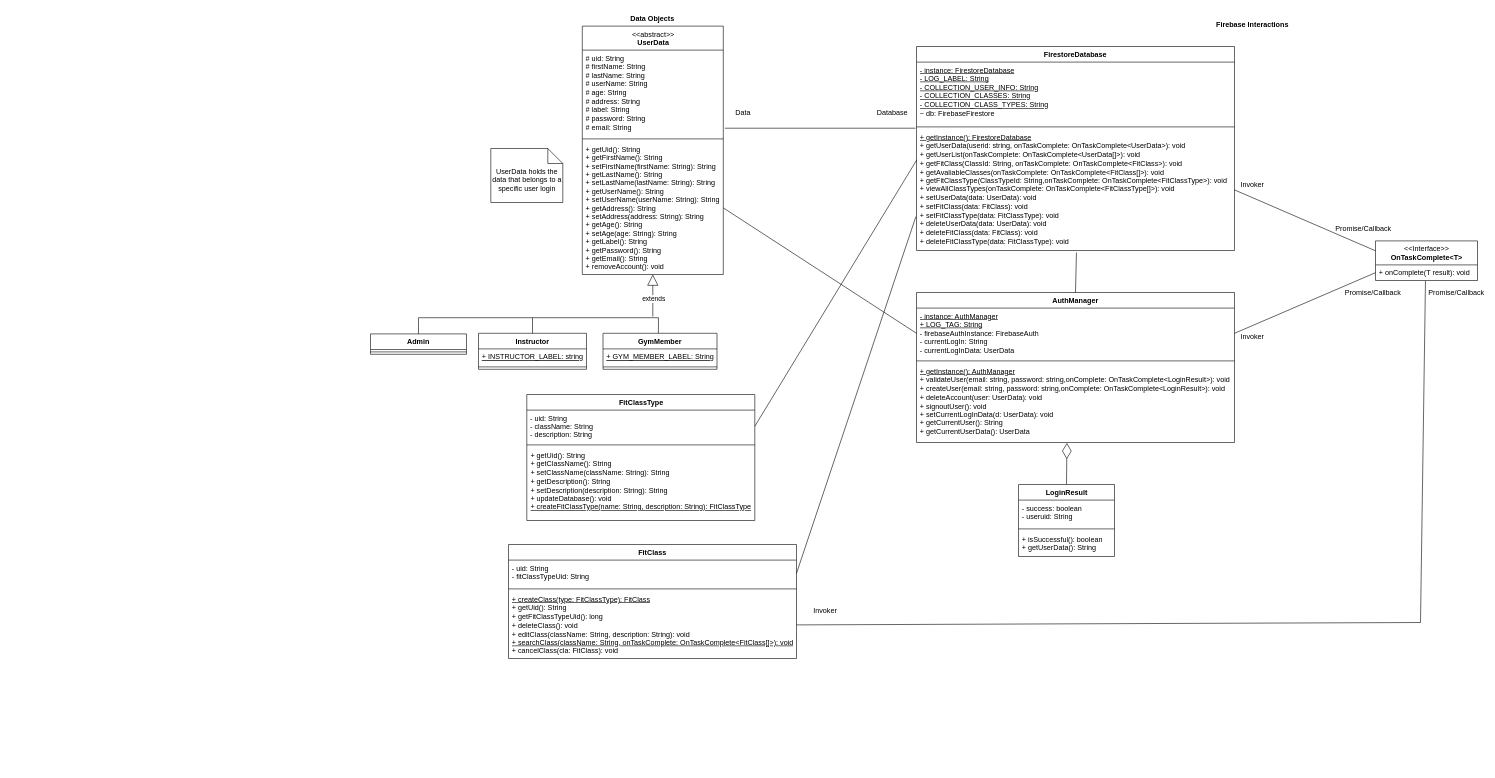
The draw.io diagram docs/diagrams/UML_Class_Diagram.drawio in ritvik130/Fitbits, before the edit. Source tidied: cells renumbered, new cells numbered last; positions are measured from the earlier drawing's top-left corner, leaving out a move shared by most shapes. Both pictures are drawn from the tidied source at 60%, with x=0, y=0 at pixel (370, 10).
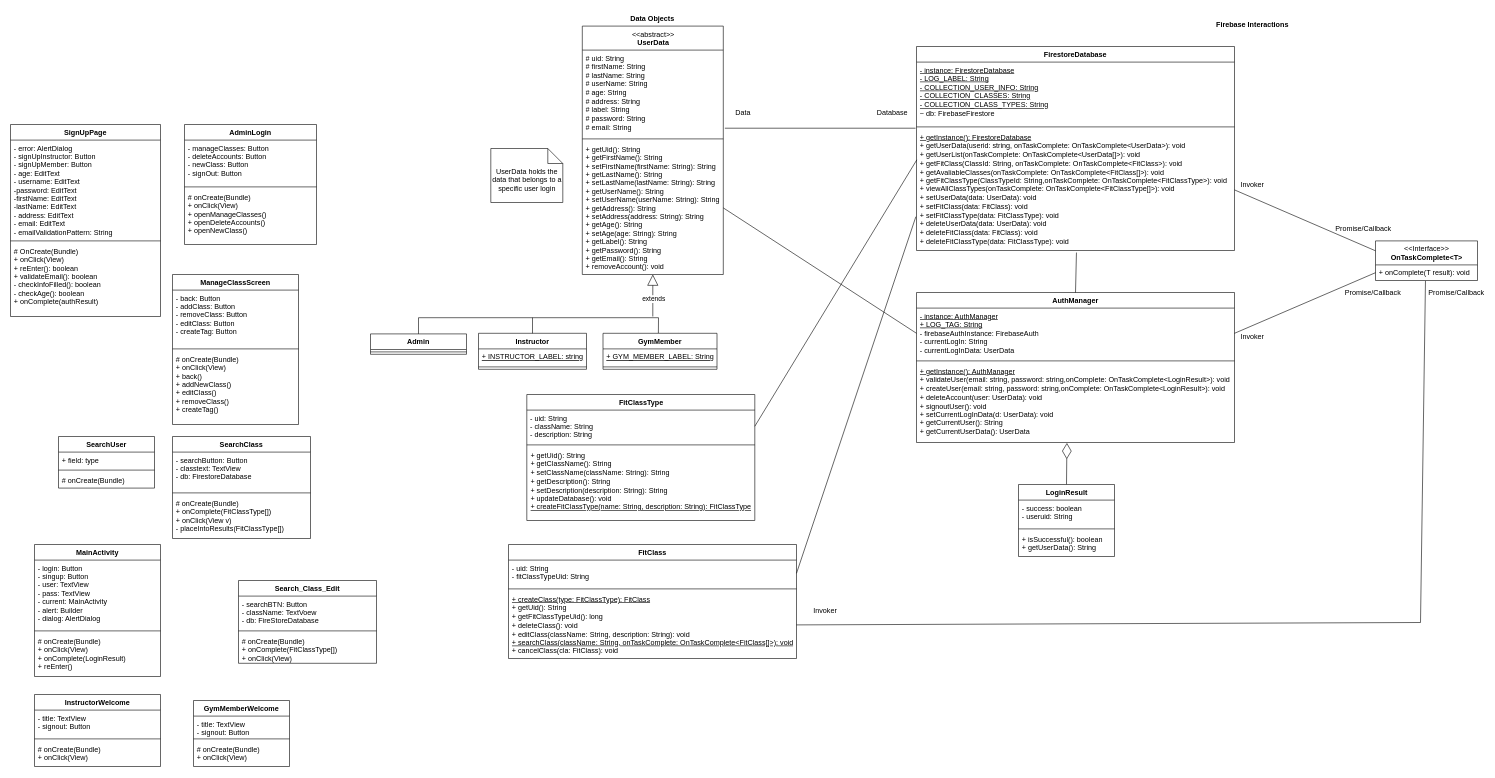
Above is the later version.

Commit message (it also covers changes not shown here):
made changes to uml diagram

The edit, as a diff of the source:
```diff
@@
+    <mxCell id="62" value="SignUpPage" style="swimlane;fontStyle=1;align=center;verticalAlign=top;horizontal=1;startSize=26;" parent="1" vertex="1">
+      <mxGeometry x="-600" y="190" width="250" height="320" as="geometry" />
+    </mxCell>
+    <mxCell id="63" value="- error: AlertDialog&#10;- signUpInstructor: Button&#10;- signUpMember: Button&#10;- age: EditText&#10;- username: EditText&#10;-password: EditText&#10;-firstName: EditText&#10;-lastName: EditText&#10;- address: EditText&#10;- email: EditText&#10;- emailValidationPattern: String" style="text;strokeColor=none;fillColor=none;align=left;verticalAlign=top;spacingLeft=4;spacingRight=4;overflow=hidden;" parent="62" vertex="1">
+      <mxGeometry y="26" width="250" height="164" as="geometry" />
+    </mxCell>
+    <mxCell id="64" style="line;strokeWidth=1;fillColor=none;align=left;verticalAlign=middle;spacingTop=-1;spacingLeft=3;spacingRight=3;labelPosition=right;" parent="62" vertex="1">
+      <mxGeometry y="190" width="250" height="8" as="geometry" />
+    </mxCell>
+    <mxCell id="65" value="# OnCreate(Bundle)&#10;+ onClick(View)&#10;+ reEnter(): boolean&#10;+ validateEmail(): boolean&#10;- checkInfoFilled(): boolean&#10;- checkAge(): boolean&#10;+ onComplete(authResult)" style="text;strokeColor=none;fillColor=none;align=left;verticalAlign=top;spacingLeft=4;spacingRight=4;overflow=hidden;" parent="62" vertex="1">
+      <mxGeometry y="198" width="250" height="122" as="geometry" />
+    </mxCell>
+    <mxCell id="66" value="AdminLogin" style="swimlane;fontStyle=1;align=center;verticalAlign=top;horizontal=1;startSize=26;" parent="1" vertex="1">
+      <mxGeometry x="-310" y="190" width="220" height="200" as="geometry" />
+    </mxCell>
+    <mxCell id="67" value="- manageClasses: Button&#10;- deleteAccounts: Button&#10;- newClass: Button&#10;- signOut: Button" style="text;strokeColor=none;fillColor=none;align=left;verticalAlign=top;spacingLeft=4;spacingRight=4;overflow=hidden;" parent="66" vertex="1">
+      <mxGeometry y="26" width="220" height="74" as="geometry" />
+    </mxCell>
+    <mxCell id="68" style="line;strokeWidth=1;fillColor=none;align=left;verticalAlign=middle;spacingTop=-1;spacingLeft=3;spacingRight=3;labelPosition=right;" parent="66" vertex="1">
+      <mxGeometry y="100" width="220" height="8" as="geometry" />
+    </mxCell>
+    <mxCell id="69" value="# onCreate(Bundle)&#10;+ onClick(View)&#10;+ openManageClasses()&#10;+ openDeleteAccounts()&#10;+ openNewClass()&#10;" style="text;strokeColor=none;fillColor=none;align=left;verticalAlign=top;spacingLeft=4;spacingRight=4;overflow=hidden;" parent="66" vertex="1">
+      <mxGeometry y="108" width="220" height="92" as="geometry" />
+    </mxCell>
+    <mxCell id="70" value="ManageClassScreen" style="swimlane;fontStyle=1;align=center;verticalAlign=top;horizontal=1;startSize=26;" parent="1" vertex="1">
+      <mxGeometry x="-330" y="440" width="210" height="250" as="geometry" />
+    </mxCell>
+    <mxCell id="71" value="- back: Button&#10;- addClass: Button&#10;- removeClass: Button&#10;- editClass: Button&#10;- createTag: Button" style="text;strokeColor=none;fillColor=none;align=left;verticalAlign=top;spacingLeft=4;spacingRight=4;overflow=hidden;" parent="70" vertex="1">
+      <mxGeometry y="26" width="210" height="94" as="geometry" />
+    </mxCell>
+    <mxCell id="72" style="line;strokeWidth=1;fillColor=none;align=left;verticalAlign=middle;spacingTop=-1;spacingLeft=3;spacingRight=3;labelPosition=right;" parent="70" vertex="1">
+      <mxGeometry y="120" width="210" height="8" as="geometry" />
+    </mxCell>
+    <mxCell id="73" value="# onCreate(Bundle)&#10;+ onClick(View)&#10;+ back()&#10;+ addNewClass()&#10;+ editClass()&#10;+ removeClass()&#10;+ createTag()" style="text;strokeColor=none;fillColor=none;align=left;verticalAlign=top;spacingLeft=4;spacingRight=4;overflow=hidden;" parent="70" vertex="1">
+      <mxGeometry y="128" width="210" height="122" as="geometry" />
+    </mxCell>
+    <mxCell id="74" value="SearchUser" style="swimlane;fontStyle=1;align=center;verticalAlign=top;horizontal=1;startSize=26;" parent="1" vertex="1">
+      <mxGeometry x="-520" y="710" width="160" height="86" as="geometry" />
+    </mxCell>
+    <mxCell id="75" value="+ field: type" style="text;strokeColor=none;fillColor=none;align=left;verticalAlign=top;spacingLeft=4;spacingRight=4;overflow=hidden;" parent="74" vertex="1">
+      <mxGeometry y="26" width="160" height="26" as="geometry" />
+    </mxCell>
+    <mxCell id="76" style="line;strokeWidth=1;fillColor=none;align=left;verticalAlign=middle;spacingTop=-1;spacingLeft=3;spacingRight=3;labelPosition=right;" parent="74" vertex="1">
+      <mxGeometry y="52" width="160" height="8" as="geometry" />
+    </mxCell>
+    <mxCell id="77" value="# onCreate(Bundle)" style="text;strokeColor=none;fillColor=none;align=left;verticalAlign=top;spacingLeft=4;spacingRight=4;overflow=hidden;" parent="74" vertex="1">
+      <mxGeometry y="60" width="160" height="26" as="geometry" />
+    </mxCell>
+    <mxCell id="78" value="SearchClass" style="swimlane;fontStyle=1;align=center;verticalAlign=top;horizontal=1;startSize=26;" parent="1" vertex="1">
+      <mxGeometry x="-330" y="710" width="230" height="170" as="geometry" />
+    </mxCell>
+    <mxCell id="79" value="- searchButton: Button&#10;- classtext: TextView&#10;- db: FirestoreDatabase" style="text;strokeColor=none;fillColor=none;align=left;verticalAlign=top;spacingLeft=4;spacingRight=4;overflow=hidden;" parent="78" vertex="1">
+      <mxGeometry y="26" width="230" height="64" as="geometry" />
+    </mxCell>
+    <mxCell id="80" style="line;strokeWidth=1;fillColor=none;align=left;verticalAlign=middle;spacingTop=-1;spacingLeft=3;spacingRight=3;labelPosition=right;" parent="78" vertex="1">
+      <mxGeometry y="90" width="230" height="8" as="geometry" />
+    </mxCell>
+    <mxCell id="81" value="# onCreate(Bundle)&#10;+ onComplete(FitClassType[])&#10;+ onClick(View v)&#10;- placeIntoResults(FitClassType[])&#10;" style="text;strokeColor=none;fillColor=none;align=left;verticalAlign=top;spacingLeft=4;spacingRight=4;overflow=hidden;" parent="78" vertex="1">
+      <mxGeometry y="98" width="230" height="72" as="geometry" />
+    </mxCell>
+    <mxCell id="82" value="MainActivity" style="swimlane;fontStyle=1;align=center;verticalAlign=top;horizontal=1;startSize=26;" parent="1" vertex="1">
+      <mxGeometry x="-560" y="890" width="210" height="220" as="geometry" />
+    </mxCell>
+    <mxCell id="83" value="- login: Button&#10;- singup: Button&#10;- user: TextView&#10;- pass: TextView&#10;- current: MainActivity&#10;- alert: Builder&#10;- dialog: AlertDialog" style="text;strokeColor=none;fillColor=none;align=left;verticalAlign=top;spacingLeft=4;spacingRight=4;overflow=hidden;" parent="82" vertex="1">
+      <mxGeometry y="26" width="210" height="114" as="geometry" />
+    </mxCell>
+    <mxCell id="84" style="line;strokeWidth=1;fillColor=none;align=left;verticalAlign=middle;spacingTop=-1;spacingLeft=3;spacingRight=3;labelPosition=right;" parent="82" vertex="1">
+      <mxGeometry y="140" width="210" height="8" as="geometry" />
+    </mxCell>
+    <mxCell id="85" value="# onCreate(Bundle)&#10;+ onClick(View)&#10;+ onComplete(LoginResult)&#10;+ reEnter()&#10;" style="text;strokeColor=none;fillColor=none;align=left;verticalAlign=top;spacingLeft=4;spacingRight=4;overflow=hidden;" parent="82" vertex="1">
+      <mxGeometry y="148" width="210" height="72" as="geometry" />
+    </mxCell>
+    <mxCell id="86" value="Search_Class_Edit" style="swimlane;fontStyle=1;align=center;verticalAlign=top;horizontal=1;startSize=26;" parent="1" vertex="1">
+      <mxGeometry x="-220" y="950" width="230" height="138" as="geometry" />
+    </mxCell>
+    <mxCell id="87" value="- searchBTN: Button&#10;- className: TextVoew&#10;- db: FireStoreDatabase" style="text;strokeColor=none;fillColor=none;align=left;verticalAlign=top;spacingLeft=4;spacingRight=4;overflow=hidden;" parent="86" vertex="1">
+      <mxGeometry y="26" width="230" height="54" as="geometry" />
+    </mxCell>
+    <mxCell id="88" style="line;strokeWidth=1;fillColor=none;align=left;verticalAlign=middle;spacingTop=-1;spacingLeft=3;spacingRight=3;labelPosition=right;" parent="86" vertex="1">
+      <mxGeometry y="80" width="230" height="8" as="geometry" />
+    </mxCell>
+    <mxCell id="89" value="# onCreate(Bundle)&#10;+ onComplete(FitClassType[])&#10;+ onClick(View)" style="text;strokeColor=none;fillColor=none;align=left;verticalAlign=top;spacingLeft=4;spacingRight=4;overflow=hidden;" parent="86" vertex="1">
+      <mxGeometry y="88" width="230" height="50" as="geometry" />
+    </mxCell>
+    <mxCell id="90" value="InstructorWelcome" style="swimlane;fontStyle=1;align=center;verticalAlign=top;horizontal=1;startSize=26;" parent="1" vertex="1">
+      <mxGeometry x="-560" y="1140" width="210" height="120" as="geometry" />
+    </mxCell>
+    <mxCell id="91" value="- title: TextView&#10;- signout: Button" style="text;strokeColor=none;fillColor=none;align=left;verticalAlign=top;spacingLeft=4;spacingRight=4;overflow=hidden;" parent="90" vertex="1">
+      <mxGeometry y="26" width="210" height="44" as="geometry" />
+    </mxCell>
+    <mxCell id="92" style="line;strokeWidth=1;fillColor=none;align=left;verticalAlign=middle;spacingTop=-1;spacingLeft=3;spacingRight=3;labelPosition=right;" parent="90" vertex="1">
+      <mxGeometry y="70" width="210" height="8" as="geometry" />
+    </mxCell>
+    <mxCell id="93" value="# onCreate(Bundle)&#10;+ onClick(View)" style="text;strokeColor=none;fillColor=none;align=left;verticalAlign=top;spacingLeft=4;spacingRight=4;overflow=hidden;" parent="90" vertex="1">
+      <mxGeometry y="78" width="210" height="42" as="geometry" />
+    </mxCell>
+    <mxCell id="94" value="GymMemberWelcome" style="swimlane;fontStyle=1;align=center;verticalAlign=top;horizontal=1;startSize=26;" parent="1" vertex="1">
+      <mxGeometry x="-295" y="1150" width="160" height="110" as="geometry" />
+    </mxCell>
+    <mxCell id="95" value="- title: TextView&#10;- signout: Button" style="text;strokeColor=none;fillColor=none;align=left;verticalAlign=top;spacingLeft=4;spacingRight=4;overflow=hidden;" parent="94" vertex="1">
+      <mxGeometry y="26" width="160" height="34" as="geometry" />
+    </mxCell>
+    <mxCell id="96" style="line;strokeWidth=1;fillColor=none;align=left;verticalAlign=middle;spacingTop=-1;spacingLeft=3;spacingRight=3;labelPosition=right;" parent="94" vertex="1">
+      <mxGeometry y="60" width="160" height="8" as="geometry" />
+    </mxCell>
+    <mxCell id="97" value="# onCreate(Bundle)&#10;+ onClick(View)" style="text;strokeColor=none;fillColor=none;align=left;verticalAlign=top;spacingLeft=4;spacingRight=4;overflow=hidden;" parent="94" vertex="1">
+      <mxGeometry y="68" width="160" height="42" as="geometry" />
+    </mxCell>
```
